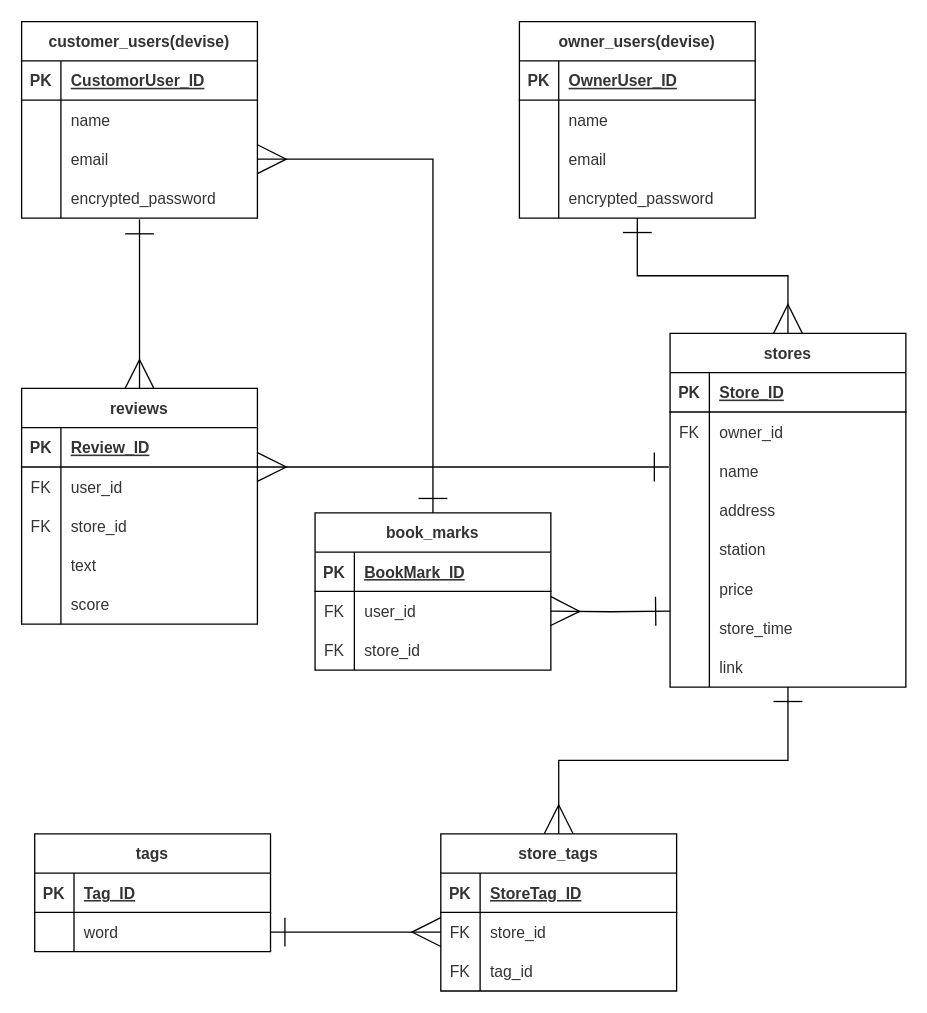
Before: kamindokoro-ER.dio in KaichiAkazawa/kamindokoro-app, a draw.io diagram. Source tidied: cells renumbered, new cells numbered last; positions are measured from the earlier drawing's top-left corner, leaving out a move shared by most shapes. Both pictures are drawn from the tidied source at 131%, with x=0, y=0 at pixel (21, 21).
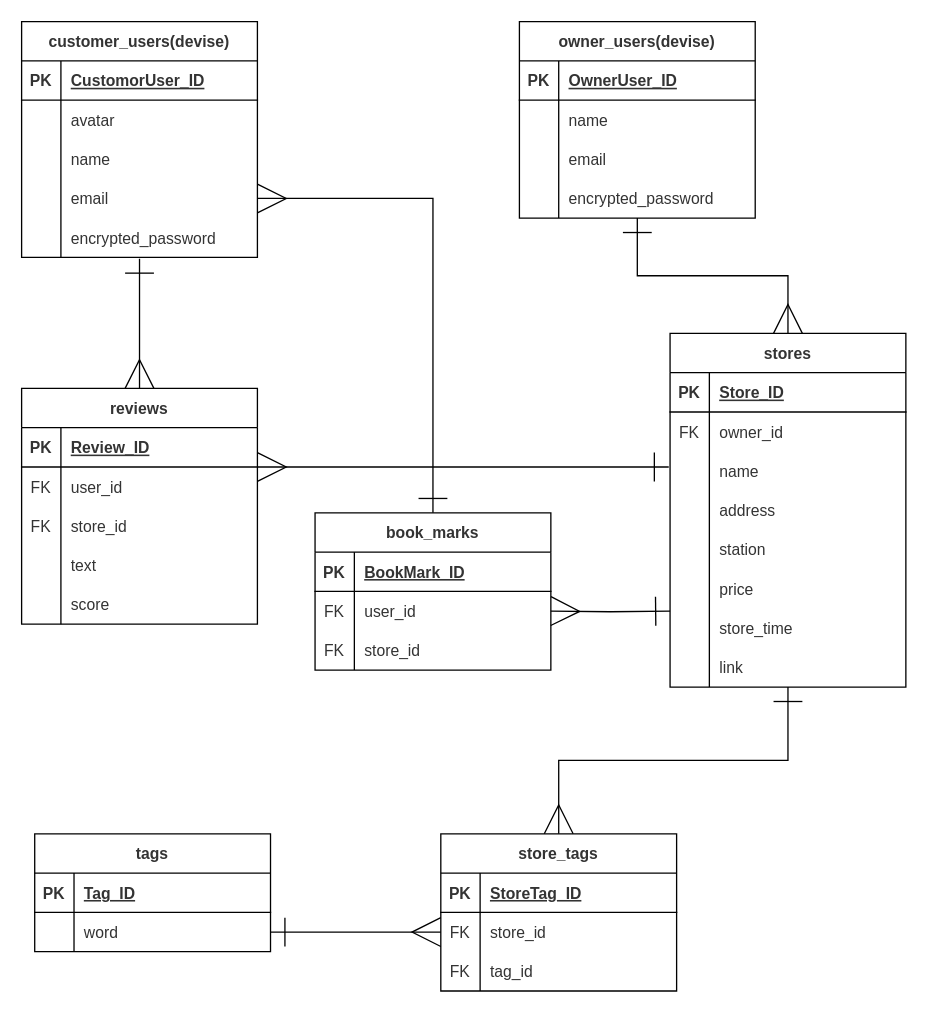
Above is the later version.

Unchanged cells that the change refers to:
```xml
<mxCell id="7" style="shape=partialRectangle;top=0;left=0;bottom=0;right=0;fontColor=#333333;strokeColor=#000000;fillColor=none;" parent="3" vertex="1">
  <mxGeometry y="60" width="180" height="30" as="geometry" />
</mxCell>
```

Diff of the diagram source:
```diff
@@
     <mxCell id="3" value="customer_users(devise)" style="shape=table;startSize=30;childLayout=tableLayout;rowLines=0;fontStyle=1;align=center;fontColor=#333333;perimeterSpacing=1;strokeColor=#000000;fillColor=none;" parent="1" vertex="1">
-      <mxGeometry width="180" height="150" as="geometry" />
+      <mxGeometry width="180" height="180" as="geometry" />
     </mxCell>
@@
-    <mxCell id="9" value="name" style="shape=partialRectangle;top=0;left=0;bottom=0;right=0;align=left;spacingLeft=6;overflow=hidden;fontColor=#333333;strokeColor=#000000;fillColor=none;" parent="7" vertex="1">
+    <mxCell id="9" value="avatar" style="shape=partialRectangle;top=0;left=0;bottom=0;right=0;align=left;spacingLeft=6;overflow=hidden;fontColor=#333333;strokeColor=#000000;fillColor=none;" parent="7" vertex="1">
       <mxGeometry x="30" width="150" height="30" as="geometry" />
     </mxCell>
+    <mxCell id="103" style="shape=partialRectangle;top=0;left=0;bottom=0;right=0;fontColor=#333333;strokeColor=#000000;fillColor=none;" parent="3" vertex="1">
+      <mxGeometry y="90" width="180" height="30" as="geometry" />
+    </mxCell>
+    <mxCell id="104" style="shape=partialRectangle;top=0;left=0;bottom=0;right=0;overflow=hidden;fontColor=#333333;strokeColor=#000000;fillColor=none;" parent="103" vertex="1">
+      <mxGeometry width="30" height="30" as="geometry" />
+    </mxCell>
+    <mxCell id="105" value="name" style="shape=partialRectangle;top=0;left=0;bottom=0;right=0;align=left;spacingLeft=6;overflow=hidden;fontColor=#333333;strokeColor=#000000;fillColor=none;" parent="103" vertex="1">
+      <mxGeometry x="30" width="150" height="30" as="geometry" />
+    </mxCell>
     <mxCell id="10" style="shape=partialRectangle;top=0;left=0;bottom=0;right=0;points=[[0,0.5],[1,0.5]];portConstraint=eastwest;fontColor=#333333;strokeColor=#000000;fillColor=none;" parent="3" vertex="1">
-      <mxGeometry y="90" width="180" height="30" as="geometry" />
+      <mxGeometry y="120" width="180" height="30" as="geometry" />
     </mxCell>
@@
     <mxCell id="13" style="shape=partialRectangle;top=0;left=0;bottom=0;right=0;fontColor=#333333;strokeColor=#000000;fillColor=none;" parent="3" vertex="1">
-      <mxGeometry y="120" width="180" height="30" as="geometry" />
+      <mxGeometry y="150" width="180" height="30" as="geometry" />
     </mxCell>
```
